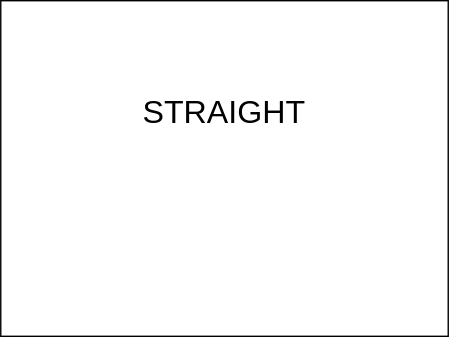
Above: public/img/straight.drawio.svg in yamagame/kobo-adventure (draw.io), before the change. Source tidied: cells renumbered, new cells last; positions are measured from the earlier drawing's top-left corner, leaving out a move shared by most shapes. Its diagram source:
```xml
<mxGraphModel>
  <root>
    <mxCell id="0" />
    <mxCell id="1" parent="0" />
    <mxCell id="2" style="rounded=0;whiteSpace=wrap;html=1;" parent="1" vertex="1">
      <mxGeometry width="320" height="240" as="geometry" />
    </mxCell>
    <mxCell id="3" value="STRAIGHT" style="text;html=1;strokeColor=none;fillColor=none;align=center;verticalAlign=middle;whiteSpace=wrap;rounded=0;fontSize=23;" parent="1" vertex="1">
      <mxGeometry x="30" y="40" width="260" height="80" as="geometry" />
    </mxCell>
  </root>
</mxGraphModel>
```
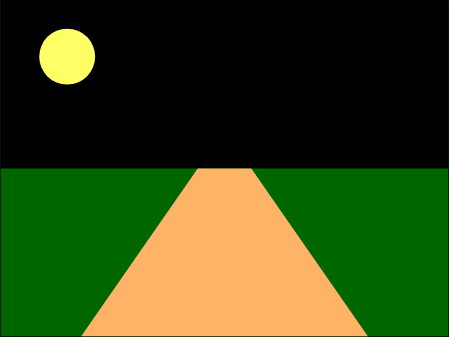
The same diagram one commit later.

The edit, as a diff of the source:
```diff
@@ -2,11 +2,17 @@
   <root>
     <mxCell id="0" />
     <mxCell id="1" parent="0" />
-    <mxCell id="2" style="rounded=0;whiteSpace=wrap;html=1;" parent="1" vertex="1">
+    <mxCell id="2" style="rounded=0;whiteSpace=wrap;html=1;fillColor=#000000;" parent="1" vertex="1">
       <mxGeometry width="320" height="240" as="geometry" />
     </mxCell>
-    <mxCell id="3" value="STRAIGHT" style="text;html=1;strokeColor=none;fillColor=none;align=center;verticalAlign=middle;whiteSpace=wrap;rounded=0;fontSize=23;" parent="1" vertex="1">
-      <mxGeometry x="30" y="40" width="260" height="80" as="geometry" />
-    </mxCell>
+    <mxCell id="4" style="rounded=0;whiteSpace=wrap;html=1;strokeColor=none;fillColor=#006600;" parent="1" vertex="1">
+      <mxGeometry y="120" width="320" height="120" as="geometry" />
+    </mxCell>
+    <mxCell id="5" style="shape=trapezoid;perimeter=trapezoidPerimeter;whiteSpace=wrap;html=1;fillColor=#FFB366;size=0.4065040650406504;strokeColor=none;" parent="1" vertex="1">
+      <mxGeometry x="57.5" y="120" width="205" height="120" as="geometry" />
+    </mxCell>
+    <mxCell id="6" style="ellipse;whiteSpace=wrap;html=1;strokeColor=none;fillColor=#FFFF66;" parent="1" vertex="1">
+      <mxGeometry x="27.5" y="20" width="40" height="40" as="geometry" />
+    </mxCell>
   </root>
 </mxGraphModel>
```
